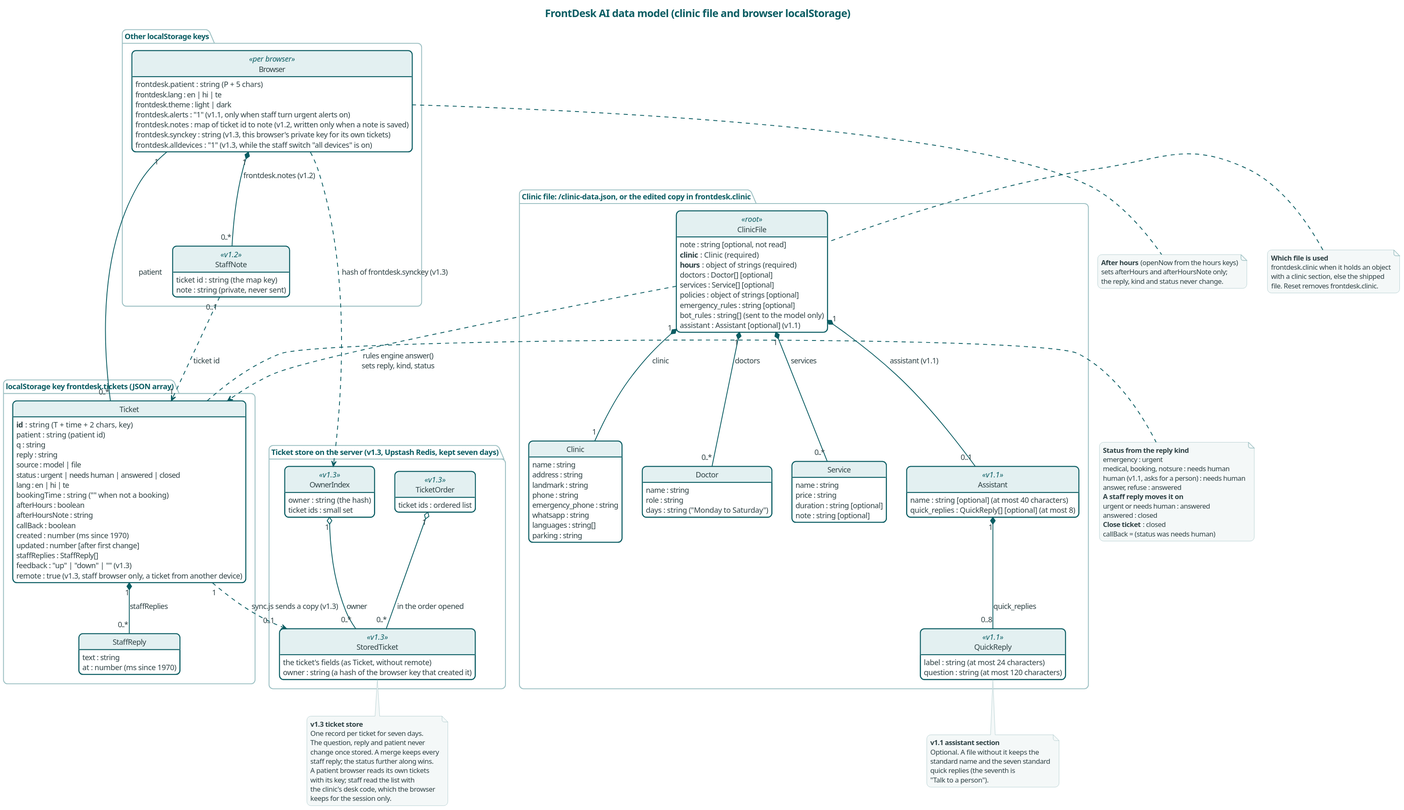
Above: docs/diagrams/data-model.svg in karwasanjay007/frontdesk-ai-docs (PlantUML), before the change.
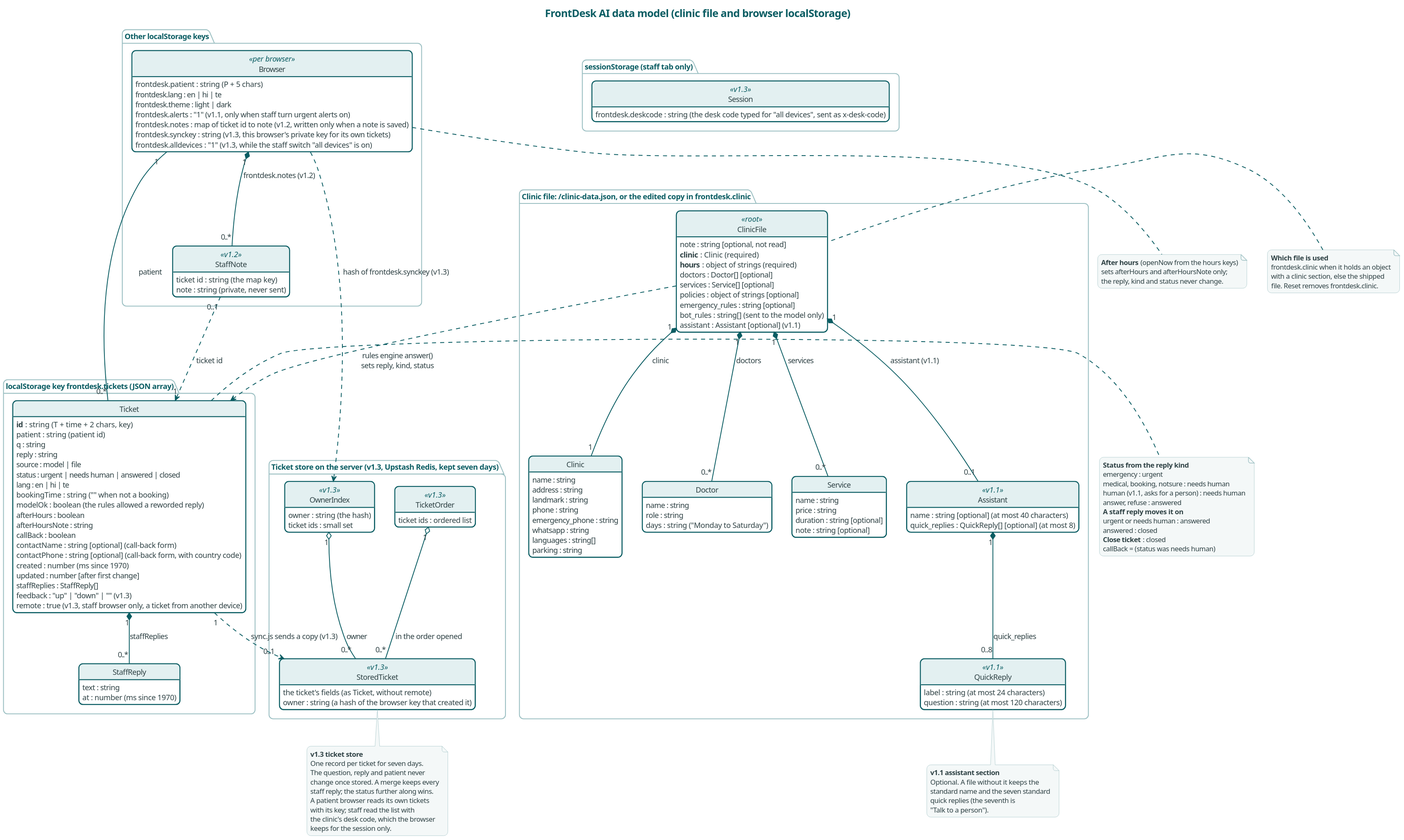
Later version of the same file.

What changed in the source:
```diff
@@ -89,9 +89,12 @@
     status : urgent | needs human | answered | closed
     lang : en | hi | te
     {field} bookingTime : string  ("" when not a booking)
+    {field} modelOk : boolean  (the rules allowed a reworded reply)
     afterHours : boolean
     afterHoursNote : string
     callBack : boolean
+    {field} contactName : string [optional]  (call-back form)
+    {field} contactPhone : string [optional]  (call-back form, with country code)
     {field} created : number  (ms since 1970)
     {field} updated : number [after first change]
     staffReplies : StaffReply[]
@@ -117,6 +120,12 @@
   class StaffNote <<v1.2>> {
     {field} ticket id : string  (the map key)
     {field} note : string  (private, never sent)
+  }
+}
+
+package "sessionStorage (staff tab only)" {
+  class Session <<v1.3>> {
+    {field} frontdesk.deskcode : string  (the desk code typed for "all devices", sent as x-desk-code)
   }
 }
 
```
